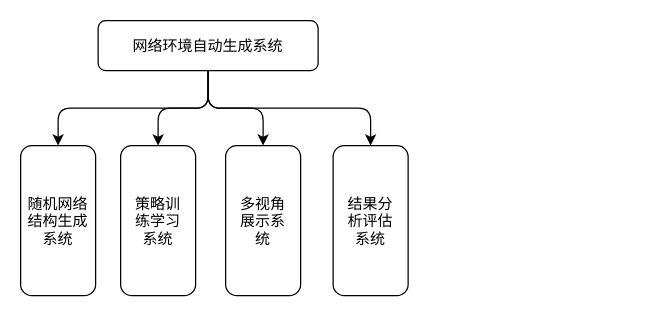
Above: 网络环境_架构图.drawio in undinuanao/- (draw.io), before the change. Source tidied: cells renumbered, new cells numbered last; positions are measured from the earlier drawing's top-left corner, leaving out a move shared by most shapes. Both pictures are drawn from the tidied source at 125%, with x=0, y=0 at pixel (20, 20).
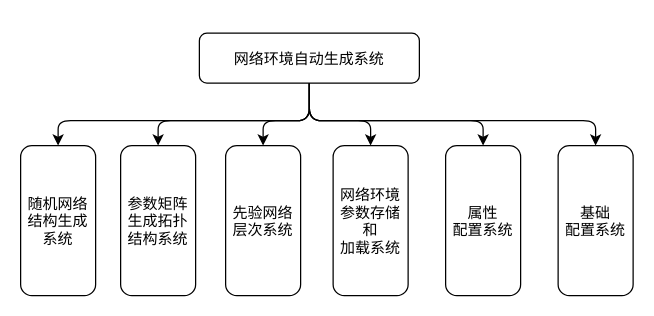
The same diagram, later.

Commit message (it also covers changes not shown here):
更新网络环境_架构图.drawio

Unchanged cells that the change refers to:
```xml
<mxCell id="3" value="随机网络&#10;结构生成&#10;系统" style="rounded=1;" parent="1" vertex="1">
  <mxGeometry y="100" width="60" height="120" as="geometry" />
</mxCell>
```

Change to the diagram source:
```diff
@@
     <mxCell id="2" value="网络环境自动生成系统" style="rounded=1;" parent="1" vertex="1">
-      <mxGeometry x="62" width="176" height="40" as="geometry" />
+      <mxGeometry x="143" y="10" width="176" height="40" as="geometry" />
     </mxCell>
@@
-    <mxCell id="4" value="策略训&#10;练学习&#10;系统" style="rounded=1;" parent="1" vertex="1">
+    <mxCell id="4" value="参数矩阵&#10;生成拓扑&#10;结构系统" style="rounded=1;" parent="1" vertex="1">
       <mxGeometry x="80" y="100" width="60" height="120" as="geometry" />
     </mxCell>
-    <mxCell id="5" value="多视角&#10;展示系&#10;统" style="rounded=1;" parent="1" vertex="1">
+    <mxCell id="5" value="先验网络&#10;层次系统" style="rounded=1;" parent="1" vertex="1">
       <mxGeometry x="164" y="100" width="60" height="120" as="geometry" />
     </mxCell>
-    <mxCell id="6" value="结果分&#10;析评估&#10;系统" style="rounded=1;" parent="1" vertex="1">
+    <mxCell id="6" value="网络环境&#10;参数存储&#10;和&#10;加载系统" style="rounded=1;" parent="1" vertex="1">
       <mxGeometry x="250" y="100" width="60" height="120" as="geometry" />
     </mxCell>
     <mxCell id="7" style="endArrow=classic;exitX=0.5;exitY=1;exitDx=0;exitDy=0;entryX=0.5;entryY=0;entryDx=0;entryDy=0;" parent="1" edge="1" source="2" target="3">
       <mxGeometry relative="1" as="geometry">
         <Array as="points">
-          <mxPoint x="150" y="70" />
-          <mxPoint x="30" y="70" />
+          <mxPoint x="231" y="80" />
+          <mxPoint x="30" y="80" />
         </Array>
       </mxGeometry>
     </mxCell>
     <mxCell id="8" style="endArrow=classic;exitX=0.5;exitY=1;exitDx=0;exitDy=0;entryX=0.5;entryY=0;entryDx=0;entryDy=0;" parent="1" edge="1" source="2" target="4">
       <mxGeometry relative="1" as="geometry">
         <Array as="points">
-          <mxPoint x="150" y="70" />
-          <mxPoint x="110" y="70" />
+          <mxPoint x="231" y="80" />
+          <mxPoint x="110" y="80" />
         </Array>
       </mxGeometry>
     </mxCell>
-    <mxCell id="9" style="endArrow=classic;entryX=0.5;entryY=0;entryDx=0;entryDy=0;" parent="1" edge="1" target="6">
+    <mxCell id="9" style="endArrow=classic;entryX=0.5;entryY=0;entryDx=0;entryDy=0;" parent="1" edge="1" target="12">
       <mxGeometry relative="1" as="geometry">
-        <mxPoint x="150" y="40" as="sourcePoint" />
+        <mxPoint x="231" y="50" as="sourcePoint" />
         <Array as="points">
-          <mxPoint x="150" y="70" />
-          <mxPoint x="280" y="70" />
+          <mxPoint x="231" y="80" />
+          <mxPoint x="460" y="80" />
         </Array>
       </mxGeometry>
     </mxCell>
-    <mxCell id="10" style="endArrow=classic;exitX=0.5;exitY=1;exitDx=0;exitDy=0;entryX=0.5;entryY=0;entryDx=0;entryDy=0;" parent="1" edge="1" source="2" target="5">
+    <mxCell id="10" style="endArrow=classic;exitX=0.5;exitY=1;exitDx=0;exitDy=0;entryX=0.5;entryY=0;entryDx=0;entryDy=0;" parent="1" edge="1" source="2" target="11">
       <mxGeometry relative="1" as="geometry">
         <Array as="points">
-          <mxPoint x="150" y="70" />
-          <mxPoint x="194" y="70" />
+          <mxPoint x="231" y="80" />
+          <mxPoint x="370" y="80" />
         </Array>
       </mxGeometry>
     </mxCell>
+    <mxCell id="11" value="属性&#10;配置系统" style="rounded=1;" parent="1" vertex="1">
+      <mxGeometry x="340" y="100" width="60" height="120" as="geometry" />
+    </mxCell>
+    <mxCell id="12" value="基础&#10;配置系统" style="rounded=1;" parent="1" vertex="1">
+      <mxGeometry x="430" y="100" width="60" height="120" as="geometry" />
+    </mxCell>
+    <mxCell id="13" style="endArrow=classic;exitX=0.5;exitY=1;exitDx=0;exitDy=0;entryX=0.5;entryY=0;entryDx=0;entryDy=0;" parent="1" edge="1" source="2" target="5">
+      <mxGeometry relative="1" as="geometry">
+        <Array as="points">
+          <mxPoint x="231" y="80" />
+          <mxPoint x="194" y="80" />
+        </Array>
+      </mxGeometry>
+    </mxCell>
+    <mxCell id="14" style="endArrow=classic;exitX=0.5;exitY=1;exitDx=0;exitDy=0;entryX=0.5;entryY=0;entryDx=0;entryDy=0;" parent="1" edge="1" source="2" target="6">
+      <mxGeometry relative="1" as="geometry">
+        <Array as="points">
+          <mxPoint x="231" y="80" />
+          <mxPoint x="280" y="80" />
+        </Array>
+      </mxGeometry>
+    </mxCell>
```
